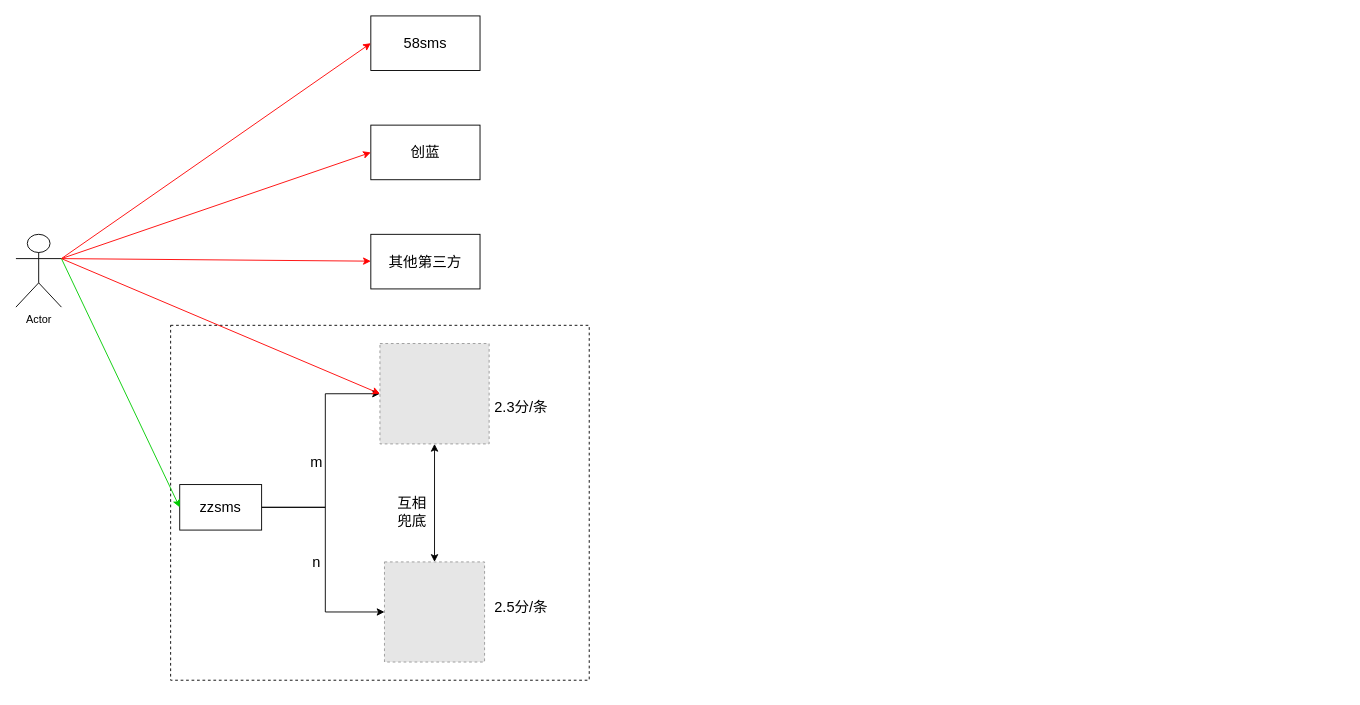
This is tech/zzsms/zzsms.drawio from zhuanzhuan-tech/arch-draw-io, a draw.io file, before an edit. Source tidied: cells renumbered, new cells numbered last; positions are measured from the earlier drawing's top-left corner, leaving out a move shared by most shapes. Both pictures are drawn from the tidied source at 91%, with x=0, y=0 at pixel (15, 15). Pictures stored in the file or linked from it are replaced by grey dashed boxes.
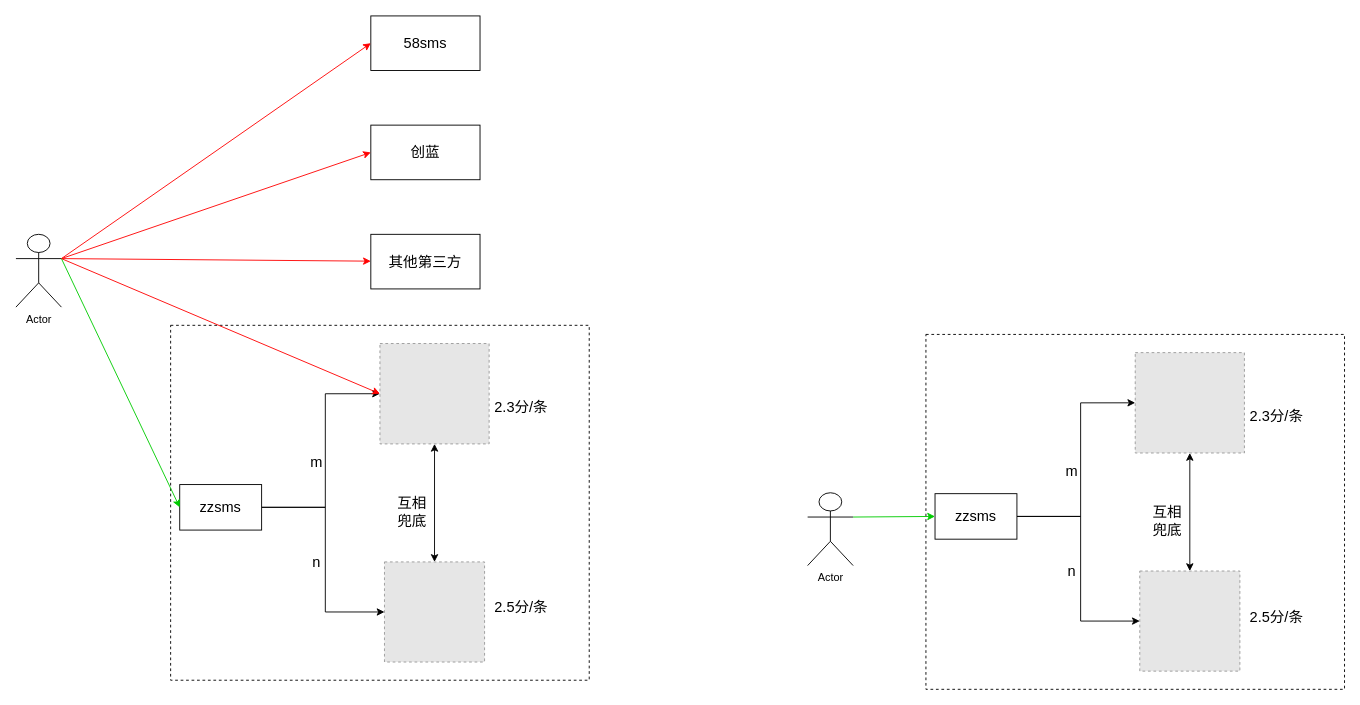
The same diagram, later.

Diff of the diagram source:
```diff
@@
+    <mxCell id="23" style="rounded=0;whiteSpace=wrap;html=1;fontSize=16;dashed=1;" parent="1" vertex="1">
+      <mxGeometry x="1000" y="350" width="460" height="390" as="geometry" />
+    </mxCell>
+    <mxCell id="24" value="Actor" style="shape=umlActor;verticalLabelPosition=bottom;verticalAlign=top;html=1;outlineConnect=0;" parent="1" vertex="1">
+      <mxGeometry x="870" y="524" width="50" height="80" as="geometry" />
+    </mxCell>
+    <mxCell id="25" style="edgeStyle=orthogonalEdgeStyle;rounded=0;jettySize=auto;html=1;exitX=1;exitY=0.5;exitDx=0;exitDy=0;entryX=0;entryY=0.5;entryDx=0;entryDy=0;fontSize=16;" parent="1" edge="1" source="27" target="29">
+      <mxGeometry relative="1" as="geometry">
+        <Array as="points">
+          <mxPoint x="1170" y="550" />
+          <mxPoint x="1170" y="425" />
+        </Array>
+      </mxGeometry>
+    </mxCell>
+    <mxCell id="26" style="edgeStyle=orthogonalEdgeStyle;rounded=0;jettySize=auto;html=1;exitX=1;exitY=0.5;exitDx=0;exitDy=0;entryX=0;entryY=0.5;entryDx=0;entryDy=0;fontSize=16;" parent="1" edge="1" source="27" target="30">
+      <mxGeometry relative="1" as="geometry">
+        <Array as="points">
+          <mxPoint x="1170" y="550" />
+          <mxPoint x="1170" y="665" />
+        </Array>
+      </mxGeometry>
+    </mxCell>
+    <mxCell id="27" value="&lt;font style=&quot;font-size: 16px&quot;&gt;zzsms&lt;/font&gt;" style="rounded=0;whiteSpace=wrap;html=1;" parent="1" vertex="1">
+      <mxGeometry x="1010" y="525" width="90" height="50" as="geometry" />
+    </mxCell>
+    <mxCell id="28" style="edgeStyle=orthogonalEdgeStyle;rounded=0;jettySize=auto;html=1;exitX=0.5;exitY=1;exitDx=0;exitDy=0;fontSize=16;startArrow=classic;startFill=1;" parent="1" edge="1" source="29" target="30">
+      <mxGeometry relative="1" as="geometry" />
+    </mxCell>
+    <mxCell id="29" style="fillColor=#E6E6E6;strokeColor=#999999;dashed=1;verticalLabelPosition=bottom;verticalAlign=top;fontSize=16;" parent="1" vertex="1">
+      <mxGeometry x="1230" y="370" width="120" height="110.3" as="geometry" />
+    </mxCell>
+    <mxCell id="30" style="fillColor=#E6E6E6;strokeColor=#999999;dashed=1;verticalLabelPosition=bottom;verticalAlign=top;fontSize=16;" parent="1" vertex="1">
+      <mxGeometry x="1235" y="610" width="110" height="110" as="geometry" />
+    </mxCell>
+    <mxCell id="31" value="m" style="text;html=1;align=center;verticalAlign=middle;strokeColor=none;fillColor=none;fontSize=16;" parent="1" vertex="1">
+      <mxGeometry x="1145" y="490" width="30" height="20" as="geometry" />
+    </mxCell>
+    <mxCell id="32" value="n" style="text;html=1;align=center;verticalAlign=middle;strokeColor=none;fillColor=none;fontSize=16;" parent="1" vertex="1">
+      <mxGeometry x="1150" y="600" width="20" height="20" as="geometry" />
+    </mxCell>
+    <mxCell id="33" value="互相&lt;br&gt;兜底" style="text;html=1;align=center;verticalAlign=middle;strokeColor=none;fillColor=none;fontSize=16;" parent="1" vertex="1">
+      <mxGeometry x="1240" y="535" width="50" height="40" as="geometry" />
+    </mxCell>
+    <mxCell id="34" value="2.3分/条" style="text;html=1;align=center;verticalAlign=middle;strokeColor=none;fillColor=none;fontSize=16;" parent="1" vertex="1">
+      <mxGeometry x="1350" y="430" width="70" height="20" as="geometry" />
+    </mxCell>
+    <mxCell id="35" value="2.5分/条" style="text;html=1;align=center;verticalAlign=middle;strokeColor=none;fillColor=none;fontSize=16;" parent="1" vertex="1">
+      <mxGeometry x="1350" y="650" width="70" height="20" as="geometry" />
+    </mxCell>
+    <mxCell id="36" style="endArrow=classic;html=1;rounded=0;fontSize=16;entryX=0;entryY=0.5;entryDx=0;entryDy=0;exitX=1;exitY=0.3333333333333333;exitDx=0;exitDy=0;exitPerimeter=0;strokeColor=#00CC00;" parent="1" edge="1" source="24" target="27">
+      <mxGeometry relative="1" as="geometry" />
+    </mxCell>
```
